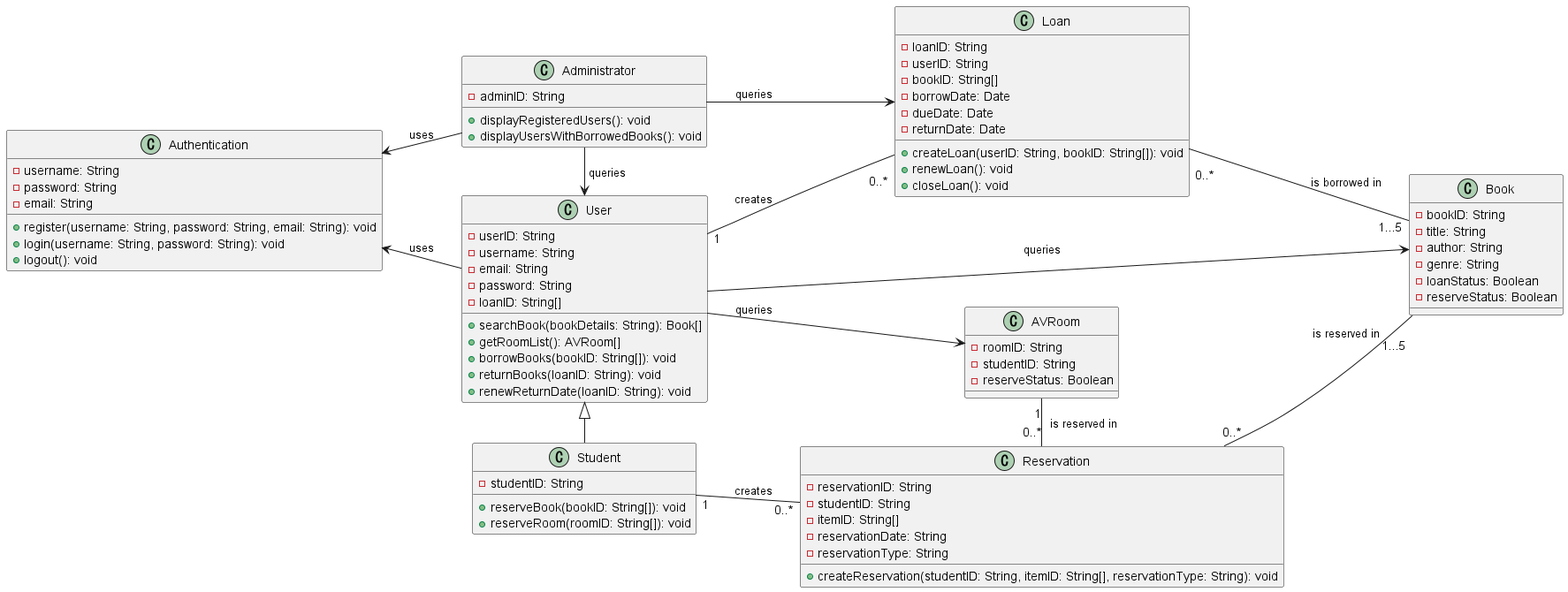
zuzu2307/Final_UML keeps this PlantUML diagram as src/PNG/class.png. Above is the earlier version.
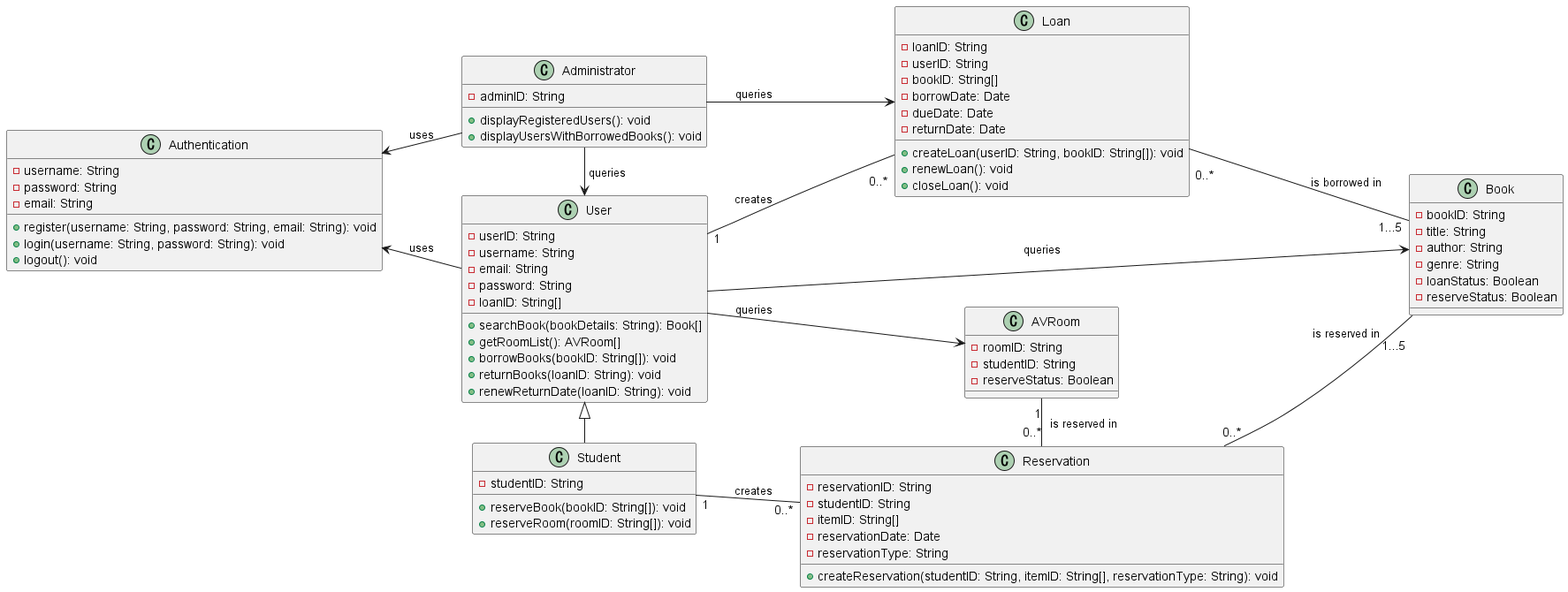
Above is the later version.

Commit message:
CChange String to Date

Diff of the diagram source:
```diff
@@ -60,7 +60,7 @@
     -reservationID: String
     -studentID: String
     -itemID: String[]
-    -reservationDate: String
+    -reservationDate: Date
     -reservationType: String
     +createReservation(studentID: String, itemID: String[], reservationType: String): void
 }
```
